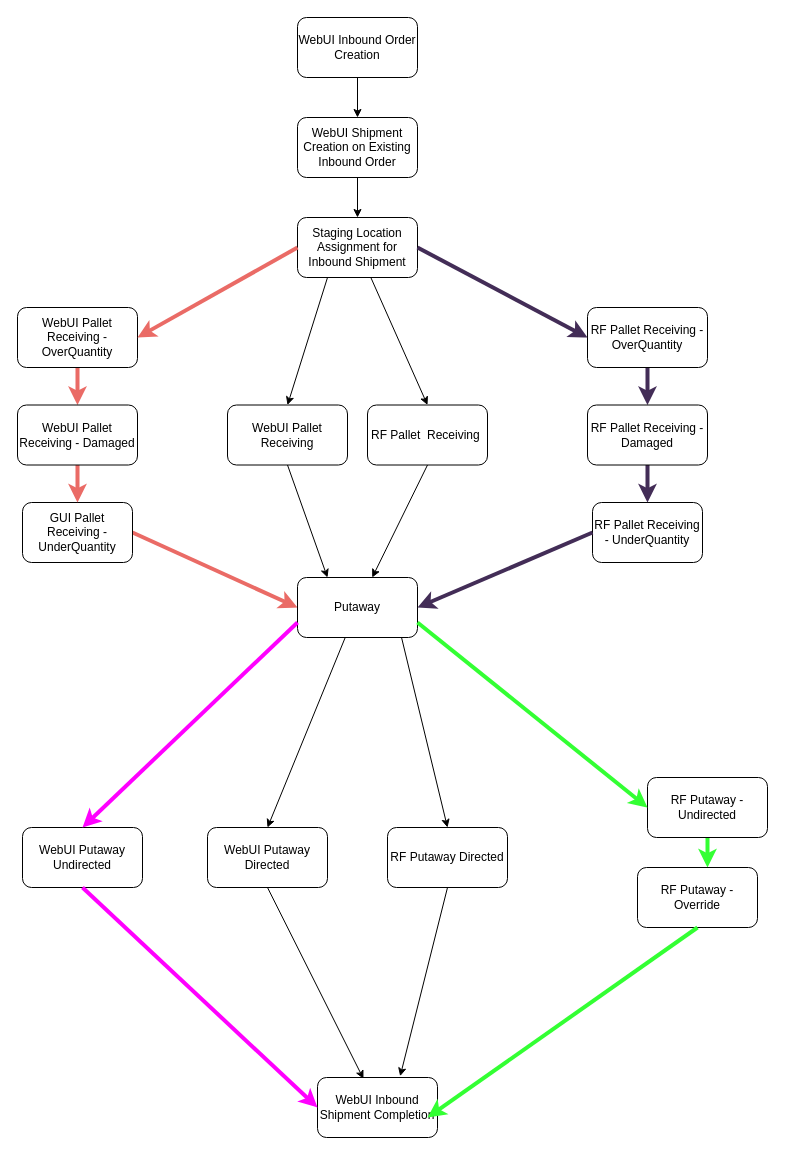
Above: Untitled Diagram.drawio in Natali1429/DIA (draw.io), before the change. Source tidied: cells renumbered, new cells numbered last; positions are measured from the earlier drawing's top-left corner, leaving out a move shared by most shapes. Both pictures are drawn from the tidied source at 100%, with x=0, y=0 at pixel (17, 17).
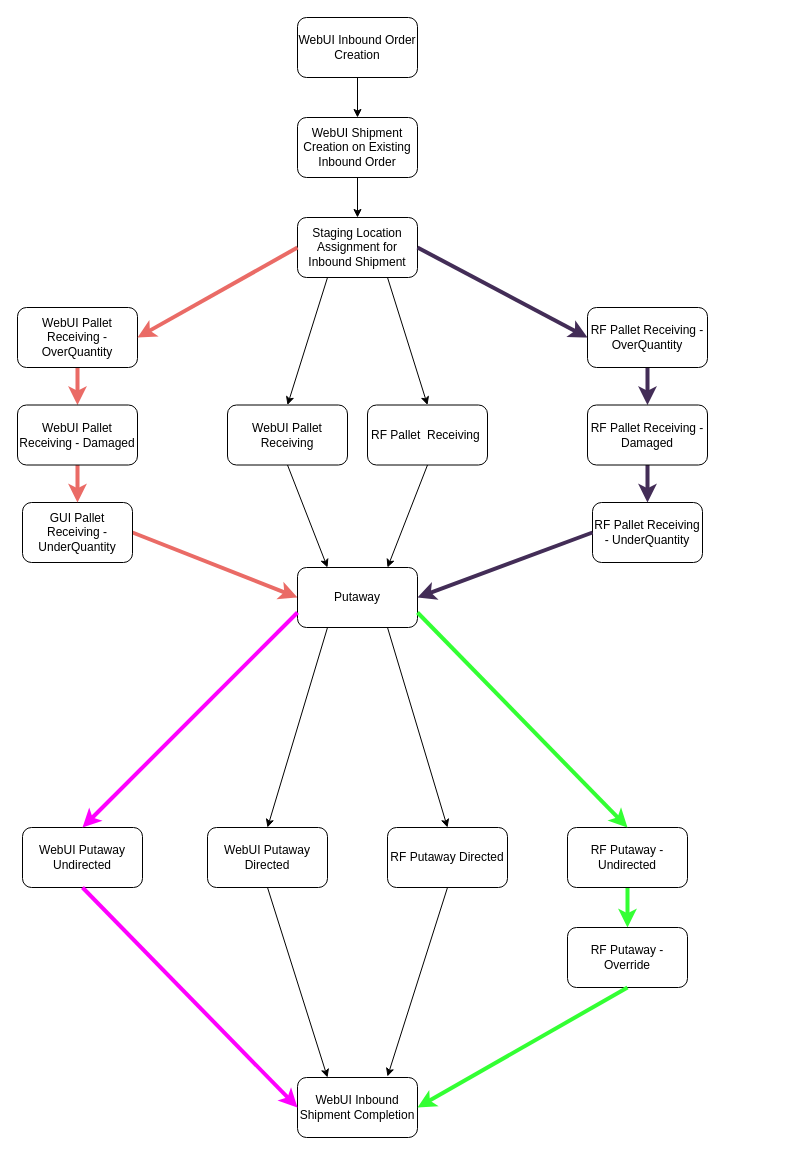
After the change.

Unchanged cells that the change refers to:
```xml
<mxCell id="6" value="WebUI Putaway Directed" style="rounded=1;whiteSpace=wrap;html=1;" parent="1" vertex="1">
  <mxGeometry x="190" y="810" width="120" height="60" as="geometry" />
</mxCell>
<mxCell id="11" value="Staging Location Assignment for Inbound Shipment" style="rounded=1;whiteSpace=wrap;html=1;" parent="1" vertex="1">
  <mxGeometry x="280" y="200" width="120" height="60" as="geometry" />
</mxCell>
<mxCell id="14" value="RF Pallet&amp;nbsp; Receiving&amp;nbsp;" style="rounded=1;whiteSpace=wrap;html=1;" parent="1" vertex="1">
  <mxGeometry x="350" y="387.5" width="120" height="60" as="geometry" />
</mxCell>
<mxCell id="25" value="RF Putaway Directed" style="rounded=1;whiteSpace=wrap;html=1;" parent="1" vertex="1">
  <mxGeometry x="370" y="810" width="120" height="60" as="geometry" />
</mxCell>
```

What changed in the source:
```diff
@@
     <mxCell id="13" value="WebUI Inbound Shipment Completion" style="rounded=1;whiteSpace=wrap;html=1;" parent="1" vertex="1">
-      <mxGeometry x="300" y="1060" width="120" height="60" as="geometry" />
+      <mxGeometry x="280" y="1060" width="120" height="60" as="geometry" />
     </mxCell>
@@
-    <mxCell id="18" style="endArrow=classic;html=1;entryX=0.5;entryY=0;entryDx=0;entryDy=0;" parent="1" edge="1" source="11" target="14">
-      <mxGeometry relative="1" as="geometry" />
+    <mxCell id="18" style="endArrow=classic;html=1;entryX=0.5;entryY=0;entryDx=0;entryDy=0;" parent="1" edge="1" target="14">
+      <mxGeometry relative="1" as="geometry">
+        <mxPoint x="370" y="260" as="sourcePoint" />
+      </mxGeometry>
     </mxCell>
@@
     <mxCell id="26" value="Putaway" style="rounded=1;whiteSpace=wrap;html=1;" parent="1" vertex="1">
-      <mxGeometry x="280" y="560" width="120" height="60" as="geometry" />
+      <mxGeometry x="280" y="550" width="120" height="60" as="geometry" />
     </mxCell>
@@
-    <mxCell id="29" style="endArrow=classic;html=1;exitX=0.5;exitY=1;exitDx=0;exitDy=0;" parent="1" edge="1" source="14" target="26">
+    <mxCell id="29" style="endArrow=classic;html=1;exitX=0.5;exitY=1;exitDx=0;exitDy=0;entryX=0.75;entryY=0;entryDx=0;entryDy=0;" parent="1" edge="1" source="14" target="26">
       <mxGeometry relative="1" as="geometry" />
     </mxCell>
@@
-    <mxCell id="31" style="edgeStyle=orthogonalEdgeStyle;rounded=0;jettySize=auto;html=1;strokeColor=#33FF33;strokeWidth=4;" parent="1" edge="1" source="32" target="33">
-      <mxGeometry relative="1" as="geometry">
-        <Array as="points">
-          <mxPoint x="680" y="820" />
-          <mxPoint x="685" y="820" />
-        </Array>
-      </mxGeometry>
+    <mxCell id="31" style="edgeStyle=orthogonalEdgeStyle;rounded=0;jettySize=auto;html=1;strokeWidth=4;strokeColor=#33FF33;" parent="1" edge="1" source="32" target="33">
+      <mxGeometry relative="1" as="geometry" />
     </mxCell>
     <mxCell id="32" value="RF Putaway - Undirected" style="rounded=1;whiteSpace=wrap;html=1;" parent="1" vertex="1">
-      <mxGeometry x="630" y="760" width="120" height="60" as="geometry" />
+      <mxGeometry x="550" y="810" width="120" height="60" as="geometry" />
     </mxCell>
     <mxCell id="33" value="RF Putaway - Override" style="rounded=1;whiteSpace=wrap;html=1;" parent="1" vertex="1">
-      <mxGeometry x="620" y="850" width="120" height="60" as="geometry" />
+      <mxGeometry x="550" y="910" width="120" height="60" as="geometry" />
     </mxCell>
-    <mxCell id="34" style="endArrow=classic;html=1;strokeColor=#33FF33;strokeWidth=4;entryX=0;entryY=0.5;entryDx=0;entryDy=0;exitX=1;exitY=0.75;exitDx=0;exitDy=0;" parent="1" edge="1" source="26" target="32">
+    <mxCell id="34" style="endArrow=classic;html=1;strokeColor=#33FF33;strokeWidth=4;entryX=0.5;entryY=0;entryDx=0;entryDy=0;exitX=1;exitY=0.75;exitDx=0;exitDy=0;" parent="1" edge="1" source="26" target="32">
       <mxGeometry relative="1" as="geometry" />
     </mxCell>
-    <mxCell id="35" style="endArrow=classic;html=1;strokeColor=#33FF33;strokeWidth=4;exitX=0.5;exitY=1;exitDx=0;exitDy=0;entryX=0.917;entryY=0.667;entryDx=0;entryDy=0;entryPerimeter=0;" parent="1" edge="1" source="33" target="13">
+    <mxCell id="35" style="endArrow=classic;html=1;strokeColor=#33FF33;strokeWidth=4;exitX=0.5;exitY=1;exitDx=0;exitDy=0;entryX=1;entryY=0.5;entryDx=0;entryDy=0;" parent="1" edge="1" source="33" target="13">
       <mxGeometry relative="1" as="geometry" />
     </mxCell>
-    <mxCell id="36" style="endArrow=classic;html=1;entryX=0.5;entryY=0;entryDx=0;entryDy=0;" parent="1" edge="1" source="26" target="6">
+    <mxCell id="36" style="endArrow=classic;html=1;entryX=0.5;entryY=0;entryDx=0;entryDy=0;exitX=0.25;exitY=1;exitDx=0;exitDy=0;" parent="1" edge="1" source="26" target="6">
       <mxGeometry relative="1" as="geometry" />
     </mxCell>
-    <mxCell id="37" style="endArrow=classic;html=1;exitX=0.867;exitY=1;exitDx=0;exitDy=0;entryX=0.5;entryY=0;entryDx=0;entryDy=0;exitPerimeter=0;" parent="1" edge="1" source="26" target="25">
+    <mxCell id="37" style="endArrow=classic;html=1;entryX=0.5;entryY=0;entryDx=0;entryDy=0;exitX=0.75;exitY=1;exitDx=0;exitDy=0;" parent="1" edge="1" source="26" target="25">
       <mxGeometry relative="1" as="geometry" />
     </mxCell>
-    <mxCell id="38" style="endArrow=classic;html=1;entryX=0.383;entryY=0.022;entryDx=0;entryDy=0;entryPerimeter=0;exitX=0.5;exitY=1;exitDx=0;exitDy=0;" parent="1" edge="1" source="6" target="13">
+    <mxCell id="38" style="endArrow=classic;html=1;entryX=0.25;entryY=0;entryDx=0;entryDy=0;exitX=0.5;exitY=1;exitDx=0;exitDy=0;" parent="1" edge="1" source="6" target="13">
       <mxGeometry relative="1" as="geometry" />
     </mxCell>
-    <mxCell id="39" style="endArrow=classic;html=1;entryX=0.689;entryY=-0.022;entryDx=0;entryDy=0;entryPerimeter=0;exitX=0.5;exitY=1;exitDx=0;exitDy=0;" parent="1" edge="1" source="25" target="13">
-      <mxGeometry relative="1" as="geometry" />
+    <mxCell id="39" style="endArrow=classic;html=1;exitX=0.5;exitY=1;exitDx=0;exitDy=0;" parent="1" edge="1" source="25">
+      <mxGeometry relative="1" as="geometry">
+        <mxPoint x="370" y="1059" as="targetPoint" />
+      </mxGeometry>
     </mxCell>
```
